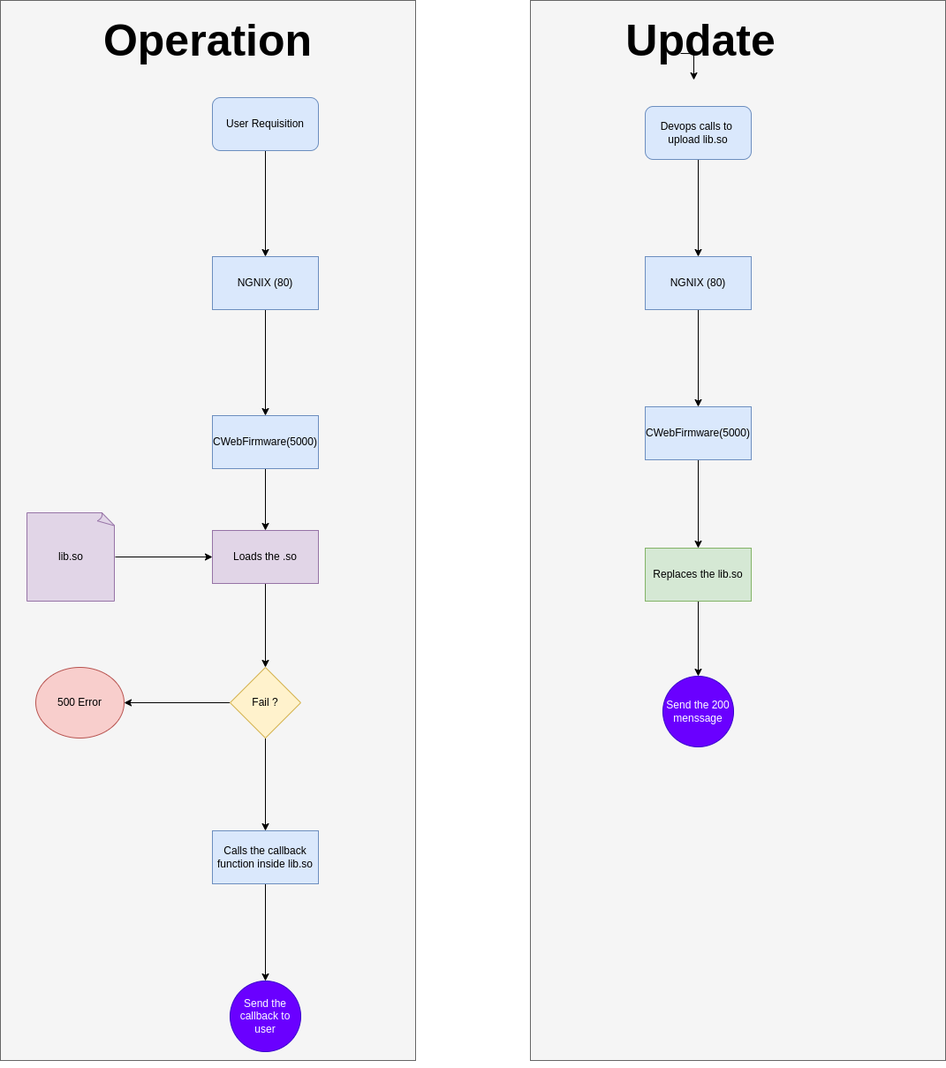
This is assets/operation.png from OUIsolutions/CWebStudioFirmware, a draw.io export, as it was before one commit. Source tidied: cells renumbered, new cells last; positions are measured from the earlier drawing's top-left corner, leaving out a move shared by most shapes.
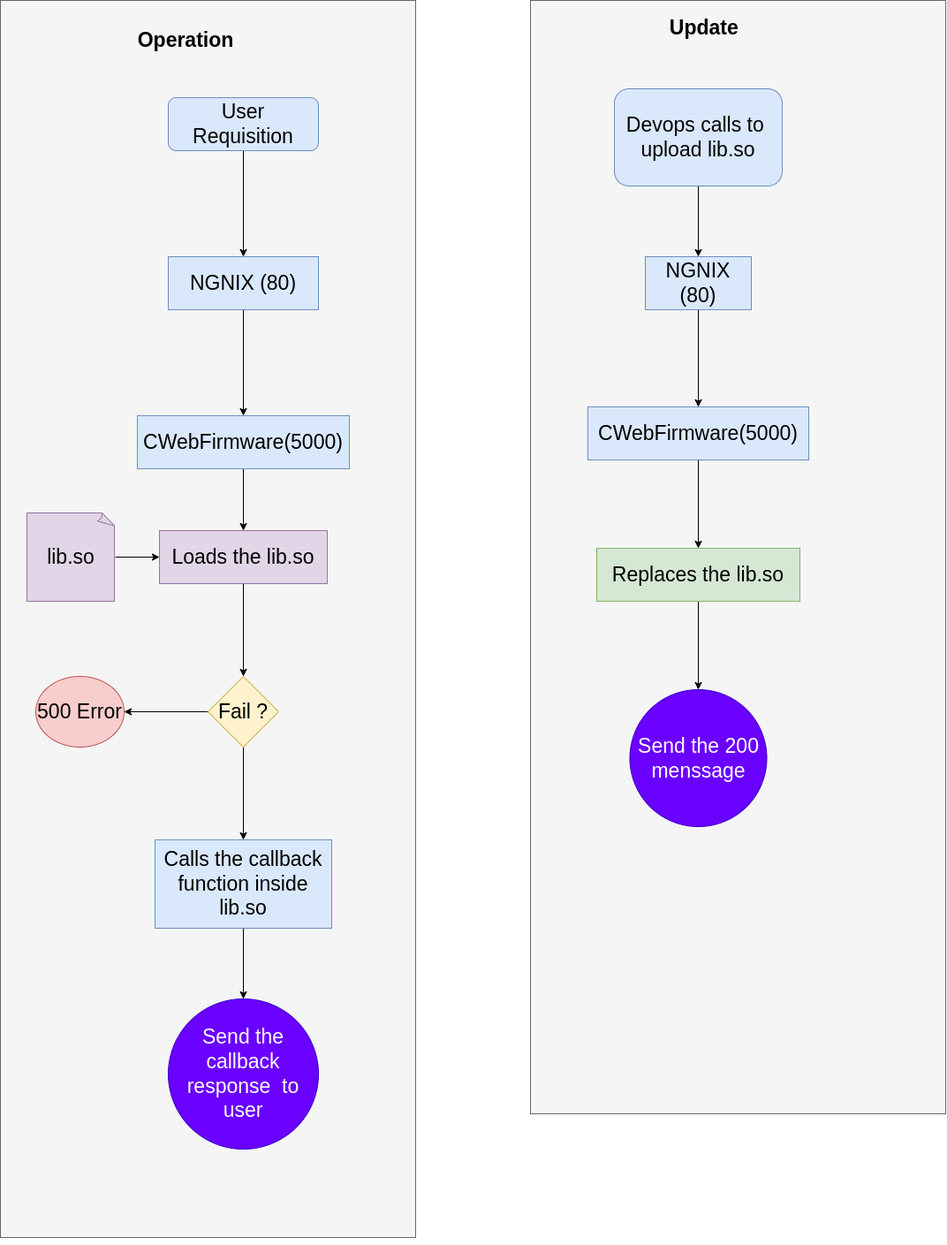
After the change.

What changed in the source:
```diff
@@ -2,100 +2,97 @@
   <root>
     <mxCell id="0" />
     <mxCell id="1" parent="0" />
-    <mxCell id="2" style="rounded=0;whiteSpace=wrap;html=1;fillColor=#f5f5f5;strokeColor=#666666;fontColor=#333333;" parent="1" vertex="1">
-      <mxGeometry x="600" width="470" height="1200" as="geometry" />
+    <mxCell id="2" style="rounded=0;whiteSpace=wrap;html=1;fillColor=#f5f5f5;strokeColor=#666666;fontColor=#333333;fontSize=23;" parent="1" vertex="1">
+      <mxGeometry x="600" width="470" height="1260" as="geometry" />
     </mxCell>
-    <mxCell id="3" style="rounded=0;whiteSpace=wrap;html=1;fillColor=#f5f5f5;strokeColor=#666666;fontColor=#333333;" parent="1" vertex="1">
-      <mxGeometry width="470" height="1200" as="geometry" />
+    <mxCell id="3" style="rounded=0;whiteSpace=wrap;html=1;fillColor=#f5f5f5;strokeColor=#666666;fontColor=#333333;fontSize=23;" parent="1" vertex="1">
+      <mxGeometry width="470" height="1400" as="geometry" />
     </mxCell>
-    <mxCell id="4" style="edgeStyle=orthogonalEdgeStyle;rounded=0;jettySize=auto;html=1;" parent="1" edge="1" source="5" target="7">
+    <mxCell id="4" style="edgeStyle=orthogonalEdgeStyle;rounded=0;jettySize=auto;html=1;fontSize=23;" parent="1" edge="1" source="5" target="7">
       <mxGeometry relative="1" as="geometry" />
     </mxCell>
-    <mxCell id="5" value="NGNIX (80)" style="rounded=0;whiteSpace=wrap;html=1;fillColor=#dae8fc;strokeColor=#6c8ebf;" parent="1" vertex="1">
-      <mxGeometry x="240" y="290" width="120" height="60" as="geometry" />
+    <mxCell id="5" value="NGNIX (80)" style="rounded=0;whiteSpace=wrap;html=1;fillColor=#dae8fc;strokeColor=#6c8ebf;fontSize=23;" parent="1" vertex="1">
+      <mxGeometry x="190" y="290" width="170" height="60" as="geometry" />
     </mxCell>
-    <mxCell id="6" style="edgeStyle=orthogonalEdgeStyle;rounded=0;jettySize=auto;html=1;entryX=0.5;entryY=0;entryDx=0;entryDy=0;" parent="1" edge="1" source="7" target="13">
+    <mxCell id="6" style="edgeStyle=orthogonalEdgeStyle;rounded=0;jettySize=auto;html=1;entryX=0.5;entryY=0;entryDx=0;entryDy=0;fontSize=23;" parent="1" edge="1" source="7" target="13">
       <mxGeometry relative="1" as="geometry" />
     </mxCell>
-    <mxCell id="7" value="CWebFirmware(5000)" style="rounded=0;whiteSpace=wrap;html=1;fillColor=#dae8fc;strokeColor=#6c8ebf;" parent="1" vertex="1">
-      <mxGeometry x="240" y="470" width="120" height="60" as="geometry" />
+    <mxCell id="7" value="CWebFirmware(5000)" style="rounded=0;whiteSpace=wrap;html=1;fillColor=#dae8fc;strokeColor=#6c8ebf;fontSize=23;" parent="1" vertex="1">
+      <mxGeometry x="155" y="470" width="240" height="60" as="geometry" />
     </mxCell>
-    <mxCell id="8" style="edgeStyle=orthogonalEdgeStyle;rounded=0;jettySize=auto;html=1;entryX=0.5;entryY=0;entryDx=0;entryDy=0;" parent="1" edge="1" source="9" target="5">
+    <mxCell id="8" style="edgeStyle=orthogonalEdgeStyle;rounded=0;jettySize=auto;html=1;entryX=0.5;entryY=0;entryDx=0;entryDy=0;fontSize=23;" parent="1" edge="1" source="9" target="5">
       <mxGeometry relative="1" as="geometry" />
     </mxCell>
-    <mxCell id="9" value="User Requisition" style="rounded=1;whiteSpace=wrap;html=1;fillColor=#dae8fc;strokeColor=#6c8ebf;" parent="1" vertex="1">
-      <mxGeometry x="240" y="110" width="120" height="60" as="geometry" />
+    <mxCell id="9" value="User Requisition" style="rounded=1;whiteSpace=wrap;html=1;fillColor=#dae8fc;strokeColor=#6c8ebf;fontSize=23;" parent="1" vertex="1">
+      <mxGeometry x="190" y="110" width="170" height="60" as="geometry" />
     </mxCell>
-    <mxCell id="10" style="edgeStyle=orthogonalEdgeStyle;rounded=0;jettySize=auto;html=1;" parent="1" edge="1" source="11" target="13">
+    <mxCell id="10" style="edgeStyle=orthogonalEdgeStyle;rounded=0;jettySize=auto;html=1;fontSize=23;" parent="1" edge="1" source="11" target="13">
       <mxGeometry relative="1" as="geometry" />
     </mxCell>
-    <mxCell id="11" value="lib.so" style="whiteSpace=wrap;html=1;shape=mxgraph.basic.document;fillColor=#e1d5e7;strokeColor=#9673a6;" parent="1" vertex="1">
+    <mxCell id="11" value="lib.so" style="whiteSpace=wrap;html=1;shape=mxgraph.basic.document;fillColor=#e1d5e7;strokeColor=#9673a6;fontSize=23;" parent="1" vertex="1">
       <mxGeometry x="30" y="580" width="100" height="100" as="geometry" />
     </mxCell>
-    <mxCell id="12" style="edgeStyle=orthogonalEdgeStyle;rounded=0;jettySize=auto;html=1;entryX=0.5;entryY=0;entryDx=0;entryDy=0;" parent="1" edge="1" source="13" target="16">
+    <mxCell id="12" style="edgeStyle=orthogonalEdgeStyle;rounded=0;jettySize=auto;html=1;entryX=0.5;entryY=0;entryDx=0;entryDy=0;fontSize=23;" parent="1" edge="1" source="13" target="16">
       <mxGeometry relative="1" as="geometry" />
     </mxCell>
-    <mxCell id="13" value="Loads the .so" style="rounded=0;whiteSpace=wrap;html=1;fillColor=#e1d5e7;strokeColor=#9673a6;" parent="1" vertex="1">
-      <mxGeometry x="240" y="600" width="120" height="60" as="geometry" />
+    <mxCell id="13" value="Loads the lib.so" style="rounded=0;whiteSpace=wrap;html=1;fillColor=#e1d5e7;strokeColor=#9673a6;fontSize=23;" parent="1" vertex="1">
+      <mxGeometry x="180" y="600" width="190" height="60" as="geometry" />
     </mxCell>
-    <mxCell id="14" style="edgeStyle=orthogonalEdgeStyle;rounded=0;jettySize=auto;html=1;" parent="1" edge="1" source="16" target="17">
+    <mxCell id="14" style="edgeStyle=orthogonalEdgeStyle;rounded=0;jettySize=auto;html=1;fontSize=23;" parent="1" edge="1" source="16" target="17">
       <mxGeometry relative="1" as="geometry" />
     </mxCell>
-    <mxCell id="15" style="edgeStyle=orthogonalEdgeStyle;rounded=0;jettySize=auto;html=1;" parent="1" edge="1" source="16" target="19">
+    <mxCell id="15" style="edgeStyle=orthogonalEdgeStyle;rounded=0;jettySize=auto;html=1;fontSize=23;" parent="1" edge="1" source="16" target="19">
       <mxGeometry relative="1" as="geometry" />
     </mxCell>
-    <mxCell id="16" value="Fail ?" style="rhombus;whiteSpace=wrap;html=1;fillColor=#fff2cc;strokeColor=#d6b656;" parent="1" vertex="1">
-      <mxGeometry x="260" y="755" width="80" height="80" as="geometry" />
+    <mxCell id="16" value="Fail ?" style="rhombus;whiteSpace=wrap;html=1;fillColor=#fff2cc;strokeColor=#d6b656;fontSize=23;" parent="1" vertex="1">
+      <mxGeometry x="235" y="765" width="80" height="80" as="geometry" />
     </mxCell>
-    <mxCell id="17" value="500 Error" style="ellipse;whiteSpace=wrap;html=1;fillColor=#f8cecc;strokeColor=#b85450;" parent="1" vertex="1">
-      <mxGeometry x="40" y="755" width="100" height="80" as="geometry" />
+    <mxCell id="17" value="500 Error" style="ellipse;whiteSpace=wrap;html=1;fillColor=#f8cecc;strokeColor=#b85450;fontSize=23;" parent="1" vertex="1">
+      <mxGeometry x="40" y="765" width="100" height="80" as="geometry" />
     </mxCell>
-    <mxCell id="18" style="edgeStyle=orthogonalEdgeStyle;rounded=0;jettySize=auto;html=1;" parent="1" edge="1" source="19" target="20">
+    <mxCell id="18" style="edgeStyle=orthogonalEdgeStyle;rounded=0;jettySize=auto;html=1;fontSize=23;" parent="1" edge="1" source="19" target="20">
       <mxGeometry relative="1" as="geometry" />
     </mxCell>
-    <mxCell id="19" value="Calls the callback function inside lib.so" style="rounded=0;whiteSpace=wrap;html=1;fillColor=#dae8fc;strokeColor=#6c8ebf;" parent="1" vertex="1">
-      <mxGeometry x="240" y="940" width="120" height="60" as="geometry" />
+    <mxCell id="19" value="Calls the callback function inside lib.so" style="rounded=0;whiteSpace=wrap;html=1;fillColor=#dae8fc;strokeColor=#6c8ebf;fontSize=23;" parent="1" vertex="1">
+      <mxGeometry x="175" y="950" width="200" height="100" as="geometry" />
     </mxCell>
-    <mxCell id="20" value="Send the callback to user" style="ellipse;whiteSpace=wrap;html=1;fillColor=#6a00ff;fontColor=#ffffff;strokeColor=#3700CC;" parent="1" vertex="1">
-      <mxGeometry x="260" y="1110" width="80" height="80" as="geometry" />
+    <mxCell id="20" value="Send the callback response&amp;nbsp; to user" style="ellipse;whiteSpace=wrap;html=1;fillColor=#6a00ff;fontColor=#ffffff;strokeColor=#3700CC;fontSize=23;" parent="1" vertex="1">
+      <mxGeometry x="190" y="1130" width="170" height="170" as="geometry" />
     </mxCell>
-    <mxCell id="21" style="edgeStyle=orthogonalEdgeStyle;rounded=0;jettySize=auto;html=1;" parent="1" edge="1" source="22" target="24">
+    <mxCell id="21" style="edgeStyle=orthogonalEdgeStyle;rounded=0;jettySize=auto;html=1;fontSize=23;" parent="1" edge="1" source="22" target="24">
       <mxGeometry relative="1" as="geometry" />
     </mxCell>
-    <mxCell id="22" value="Devops calls to&amp;nbsp; upload lib.so" style="rounded=1;whiteSpace=wrap;html=1;fillColor=#dae8fc;strokeColor=#6c8ebf;" parent="1" vertex="1">
-      <mxGeometry x="730" y="120" width="120" height="60" as="geometry" />
+    <mxCell id="22" value="Devops calls to&amp;nbsp; upload lib.so" style="rounded=1;whiteSpace=wrap;html=1;fillColor=#dae8fc;strokeColor=#6c8ebf;fontSize=23;" parent="1" vertex="1">
+      <mxGeometry x="695" y="100" width="190" height="110" as="geometry" />
     </mxCell>
-    <mxCell id="23" style="edgeStyle=orthogonalEdgeStyle;rounded=0;jettySize=auto;html=1;entryX=0.5;entryY=0;entryDx=0;entryDy=0;" parent="1" edge="1" source="24" target="26">
+    <mxCell id="23" style="edgeStyle=orthogonalEdgeStyle;rounded=0;jettySize=auto;html=1;entryX=0.5;entryY=0;entryDx=0;entryDy=0;fontSize=23;" parent="1" edge="1" source="24" target="26">
       <mxGeometry relative="1" as="geometry" />
     </mxCell>
-    <mxCell id="24" value="NGNIX (80)" style="rounded=0;whiteSpace=wrap;html=1;fillColor=#dae8fc;strokeColor=#6c8ebf;" parent="1" vertex="1">
+    <mxCell id="24" value="NGNIX (80)" style="rounded=0;whiteSpace=wrap;html=1;fillColor=#dae8fc;strokeColor=#6c8ebf;fontSize=23;" parent="1" vertex="1">
       <mxGeometry x="730" y="290" width="120" height="60" as="geometry" />
     </mxCell>
-    <mxCell id="25" style="edgeStyle=orthogonalEdgeStyle;rounded=0;jettySize=auto;html=1;" parent="1" edge="1" source="26" target="28">
+    <mxCell id="25" style="edgeStyle=orthogonalEdgeStyle;rounded=0;jettySize=auto;html=1;fontSize=23;" parent="1" edge="1" source="26" target="28">
       <mxGeometry relative="1" as="geometry" />
     </mxCell>
-    <mxCell id="26" value="CWebFirmware(5000)" style="rounded=0;whiteSpace=wrap;html=1;fillColor=#dae8fc;strokeColor=#6c8ebf;" parent="1" vertex="1">
-      <mxGeometry x="730" y="460" width="120" height="60" as="geometry" />
+    <mxCell id="26" value="CWebFirmware(5000)" style="rounded=0;whiteSpace=wrap;html=1;fillColor=#dae8fc;strokeColor=#6c8ebf;fontSize=23;" parent="1" vertex="1">
+      <mxGeometry x="665" y="460" width="250" height="60" as="geometry" />
     </mxCell>
-    <mxCell id="27" style="edgeStyle=orthogonalEdgeStyle;rounded=0;jettySize=auto;html=1;entryX=0.5;entryY=0;entryDx=0;entryDy=0;" parent="1" edge="1" source="28" target="29">
+    <mxCell id="27" style="edgeStyle=orthogonalEdgeStyle;rounded=0;jettySize=auto;html=1;entryX=0.5;entryY=0;entryDx=0;entryDy=0;fontSize=23;" parent="1" edge="1" source="28" target="29">
       <mxGeometry relative="1" as="geometry" />
     </mxCell>
-    <mxCell id="28" value="Replaces the lib.so" style="rounded=0;whiteSpace=wrap;html=1;fillColor=#d5e8d4;strokeColor=#82b366;" parent="1" vertex="1">
-      <mxGeometry x="730" y="620" width="120" height="60" as="geometry" />
+    <mxCell id="28" value="Replaces the lib.so" style="rounded=0;whiteSpace=wrap;html=1;fillColor=#d5e8d4;strokeColor=#82b366;fontSize=23;" parent="1" vertex="1">
+      <mxGeometry x="675" y="620" width="230" height="60" as="geometry" />
     </mxCell>
-    <mxCell id="29" value="Send the 200 menssage" style="ellipse;whiteSpace=wrap;html=1;fillColor=#6a00ff;fontColor=#ffffff;strokeColor=#3700CC;" parent="1" vertex="1">
-      <mxGeometry x="750" y="765" width="80" height="80" as="geometry" />
+    <mxCell id="29" value="Send the 200 menssage" style="ellipse;whiteSpace=wrap;html=1;fillColor=#6a00ff;fontColor=#ffffff;strokeColor=#3700CC;fontSize=23;" parent="1" vertex="1">
+      <mxGeometry x="712.5" y="780" width="155" height="155" as="geometry" />
     </mxCell>
-    <mxCell id="30" value="&lt;b&gt;&lt;font style=&quot;font-size: 50px;&quot;&gt;Operation&lt;/font&gt;&lt;/b&gt;" style="text;html=1;align=center;verticalAlign=middle;whiteSpace=wrap;rounded=0;" parent="1" vertex="1">
-      <mxGeometry x="205" y="30" width="60" height="30" as="geometry" />
+    <mxCell id="30" value="&lt;b&gt;&lt;font&gt;Operation&lt;/font&gt;&lt;/b&gt;" style="text;html=1;align=center;verticalAlign=middle;whiteSpace=wrap;rounded=0;fontSize=23;" parent="1" vertex="1">
+      <mxGeometry x="180" y="30" width="60" height="30" as="geometry" />
     </mxCell>
-    <mxCell id="31" value="&lt;b&gt;&lt;font style=&quot;font-size: 50px;&quot;&gt;Update&amp;nbsp;&lt;/font&gt;&lt;/b&gt;&lt;div&gt;&lt;b&gt;&lt;font style=&quot;font-size: 50px;&quot;&gt;&lt;br&gt;&lt;/font&gt;&lt;/b&gt;&lt;/div&gt;" style="text;html=1;align=center;verticalAlign=middle;whiteSpace=wrap;rounded=0;" parent="1" vertex="1">
-      <mxGeometry x="770" y="60" width="60" height="30" as="geometry" />
+    <mxCell id="31" value="&lt;b&gt;&lt;font&gt;Update&amp;nbsp;&lt;/font&gt;&lt;/b&gt;&lt;div&gt;&lt;b&gt;&lt;font&gt;&lt;br&gt;&lt;/font&gt;&lt;/b&gt;&lt;/div&gt;" style="text;html=1;align=center;verticalAlign=middle;whiteSpace=wrap;rounded=0;fontSize=23;" parent="1" vertex="1">
+      <mxGeometry x="700" width="200" height="90" as="geometry" />
     </mxCell>
-    <mxCell id="32" style="edgeStyle=orthogonalEdgeStyle;rounded=0;orthogonalLoop=1;jettySize=auto;html=1;exitX=0;exitY=0;exitDx=0;exitDy=0;entryX=0.25;entryY=1;entryDx=0;entryDy=0;" parent="1" edge="1" source="31" target="31">
-      <mxGeometry relative="1" as="geometry" />
-    </mxCell>
-    <mxCell id="33" style="edgeStyle=orthogonalEdgeStyle;rounded=0;orthogonalLoop=1;jettySize=auto;html=1;exitX=0.5;exitY=1;exitDx=0;exitDy=0;" parent="1" edge="1" source="3" target="3">
+    <mxCell id="33" style="edgeStyle=orthogonalEdgeStyle;rounded=0;orthogonalLoop=1;jettySize=auto;html=1;exitX=0.5;exitY=1;exitDx=0;exitDy=0;fontSize=23;" parent="1" edge="1" source="3" target="3">
       <mxGeometry relative="1" as="geometry" />
     </mxCell>
   </root>
```
